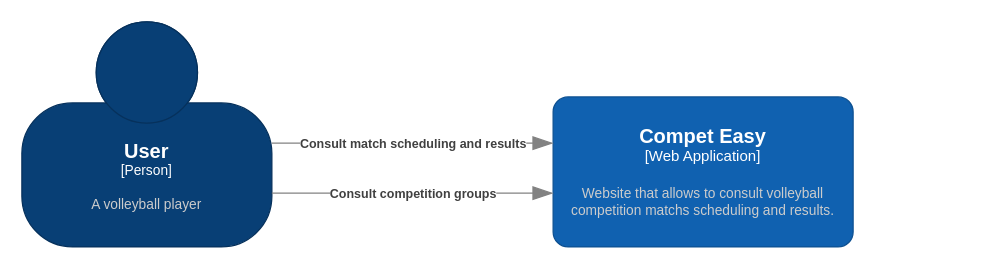
This is page "Context" (1 of 3) of C4.drawio from Mthdqe/Competeasy, a draw.io file, before an edit. Source tidied: cells renumbered, new cells numbered last; positions are measured from the earlier drawing's top-left corner, leaving out a move shared by most shapes. Both pictures are drawn from the tidied source at 125%, with x=0, y=0 at pixel (21, 21).
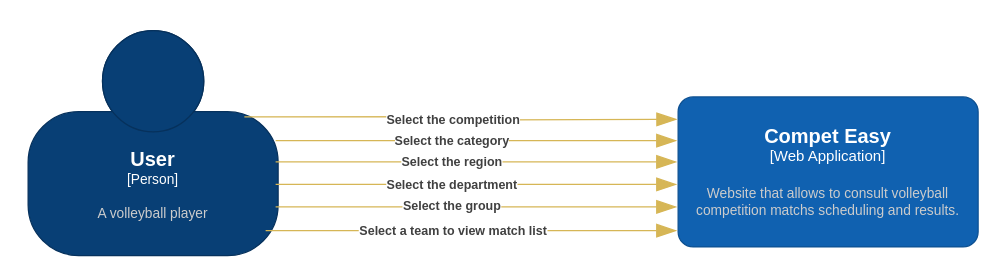
The same diagram, later.

Change to the diagram source:
```diff
@@
     <object id="2" label="&lt;font style=&quot;font-size: 16px&quot;&gt;&lt;b&gt;%c4Name%&lt;/b&gt;&lt;/font&gt;&lt;div&gt;[%c4Type%]&lt;/div&gt;&lt;br&gt;&lt;div&gt;&lt;font style=&quot;font-size: 11px&quot;&gt;&lt;font color=&quot;#cccccc&quot;&gt;%c4Description%&lt;/font&gt;&lt;/div&gt;" c4Description="A volleyball player" c4Name="User" c4Type="Person" placeholders="1">
       <mxCell style="html=1;fontSize=11;dashed=0;whiteSpace=wrap;fillColor=#083F75;strokeColor=#06315C;fontColor=#ffffff;shape=mxgraph.c4.person2;align=center;points=[[0.5,0,0],[1,0.5,0],[1,0.75,0],[0.75,1,0],[0.5,1,0],[0.25,1,0],[0,0.75,0],[0,0.5,0]];" parent="1" vertex="1">
-        <mxGeometry width="200" height="180" as="geometry" />
+        <mxGeometry x="5" y="7" width="200" height="180" as="geometry" />
       </mxCell>
     </object>
     <object id="3" label="&lt;font style=&quot;font-size: 16px&quot;&gt;&lt;b&gt;%c4Name%&lt;/b&gt;&lt;/font&gt;&lt;div&gt;[%c4Type%]&lt;/div&gt;&lt;br&gt;&lt;div&gt;&lt;font style=&quot;font-size: 11px&quot;&gt;&lt;font color=&quot;#cccccc&quot;&gt;%c4Description%&lt;/font&gt;&lt;/div&gt;" c4Description="Website that allows to consult volleyball competition matchs scheduling and results." c4Name="Compet Easy" c4Type="Web Application" placeholders="1">
       <mxCell style="rounded=1;whiteSpace=wrap;html=1;labelBackgroundColor=none;fillColor=#1061B0;fontColor=#ffffff;align=center;arcSize=10;strokeColor=#0D5091;" parent="1" vertex="1">
-        <mxGeometry x="425" y="60" width="240" height="120" as="geometry" />
+        <mxGeometry x="525" y="60" width="240" height="120" as="geometry" />
       </mxCell>
     </object>
-    <object id="4" label="&lt;div style=&quot;text-align: left&quot;&gt;&lt;div style=&quot;text-align: center&quot;&gt;&lt;b&gt;%c4Description%&lt;/b&gt;&lt;/div&gt;" c4Description="Consult competition groups" placeholders="1">
-      <mxCell style="endArrow=blockThin;html=1;fontSize=10;fontColor=#404040;strokeWidth=1;endFill=1;strokeColor=#828282;elbow=vertical;endSize=14;startSize=14;jumpStyle=arc;jumpSize=16;rounded=0;edgeStyle=orthogonalEdgeStyle;" parent="1" edge="1">
-        <mxGeometry relative="1" as="geometry">
-          <mxPoint x="200" y="137" as="sourcePoint" />
-          <mxPoint x="425" y="137" as="targetPoint" />
-        </mxGeometry>
-      </mxCell>
-    </object>
-    <object id="5" label="&lt;div style=&quot;text-align: left&quot;&gt;&lt;div style=&quot;text-align: center&quot;&gt;&lt;b&gt;%c4Description%&lt;/b&gt;&lt;/div&gt;" c4Description="Consult match scheduling and results" placeholders="1">
-      <mxCell style="endArrow=blockThin;html=1;fontSize=10;fontColor=#404040;strokeWidth=1;endFill=1;strokeColor=#828282;elbow=vertical;endSize=14;startSize=14;jumpStyle=arc;jumpSize=16;rounded=0;edgeStyle=orthogonalEdgeStyle;" parent="1" edge="1">
-        <mxGeometry relative="1" as="geometry">
-          <mxPoint x="200" y="97" as="sourcePoint" />
-          <mxPoint x="425" y="97" as="targetPoint" />
+    <object id="5" label="&lt;div style=&quot;text-align: left&quot;&gt;&lt;div style=&quot;text-align: center&quot;&gt;&lt;b&gt;%c4Description%&lt;/b&gt;&lt;/div&gt;" c4Description="Select the competition" placeholders="1">
+      <mxCell style="endArrow=blockThin;html=1;fontSize=10;fontColor=#404040;strokeWidth=1;endFill=1;strokeColor=#d6b656;elbow=vertical;endSize=14;startSize=14;jumpStyle=arc;jumpSize=16;rounded=0;edgeStyle=orthogonalEdgeStyle;entryX=-0.008;entryY=0.317;entryDx=0;entryDy=0;entryPerimeter=0;exitX=0.865;exitY=0.383;exitDx=0;exitDy=0;exitPerimeter=0;fillColor=#fff2cc;" parent="1" edge="1" source="2">
+        <mxGeometry x="-0.04" y="-2" relative="1" as="geometry">
+          <mxPoint x="524.1" y="78" as="targetPoint" />
         </mxGeometry>
       </mxCell>
     </object>
+    <object id="6" label="&lt;div style=&quot;text-align: left&quot;&gt;&lt;div style=&quot;text-align: center&quot;&gt;&lt;b&gt;%c4Description%&lt;/b&gt;&lt;/div&gt;" c4Description="Select the region" placeholders="1">
+      <mxCell style="endArrow=blockThin;html=1;fontSize=10;fontColor=#404040;strokeWidth=1;endFill=1;strokeColor=#d6b656;elbow=vertical;endSize=14;startSize=14;jumpStyle=arc;jumpSize=16;rounded=0;edgeStyle=orthogonalEdgeStyle;entryX=-0.017;entryY=0.642;entryDx=0;entryDy=0;entryPerimeter=0;fillColor=#fff2cc;" parent="1" edge="1">
+        <mxGeometry x="-0.12" relative="1" as="geometry">
+          <mxPoint x="203" y="112" as="sourcePoint" />
+          <mxPoint x="524" y="112" as="targetPoint" />
+        </mxGeometry>
+      </mxCell>
+    </object>
+    <object id="7" label="&lt;div style=&quot;text-align: left&quot;&gt;&lt;div style=&quot;text-align: center&quot;&gt;&lt;b&gt;%c4Description%&lt;/b&gt;&lt;/div&gt;" c4Description="Select the department" placeholders="1">
+      <mxCell style="endArrow=blockThin;html=1;fontSize=10;fontColor=#404040;strokeWidth=1;endFill=1;strokeColor=#d6b656;elbow=vertical;endSize=14;startSize=14;jumpStyle=arc;jumpSize=16;rounded=0;edgeStyle=orthogonalEdgeStyle;entryX=-0.017;entryY=0.642;entryDx=0;entryDy=0;entryPerimeter=0;fillColor=#fff2cc;" parent="1" edge="1">
+        <mxGeometry x="-0.12" relative="1" as="geometry">
+          <mxPoint x="203" y="130" as="sourcePoint" />
+          <mxPoint x="524" y="130" as="targetPoint" />
+        </mxGeometry>
+      </mxCell>
+    </object>
+    <object id="8" label="&lt;div style=&quot;text-align: left&quot;&gt;&lt;div style=&quot;text-align: center&quot;&gt;&lt;b&gt;%c4Description%&lt;/b&gt;&lt;/div&gt;" c4Description="Select the group" placeholders="1">
+      <mxCell style="endArrow=blockThin;html=1;fontSize=10;fontColor=#404040;strokeWidth=1;endFill=1;strokeColor=#d6b656;elbow=vertical;endSize=14;startSize=14;jumpStyle=arc;jumpSize=16;rounded=0;edgeStyle=orthogonalEdgeStyle;entryX=-0.017;entryY=0.642;entryDx=0;entryDy=0;entryPerimeter=0;fillColor=#fff2cc;" parent="1" edge="1">
+        <mxGeometry x="-0.12" y="1" relative="1" as="geometry">
+          <mxPoint x="203" y="148" as="sourcePoint" />
+          <mxPoint x="524" y="148" as="targetPoint" />
+        </mxGeometry>
+      </mxCell>
+    </object>
+    <object id="9" label="&lt;div style=&quot;text-align: left&quot;&gt;&lt;div style=&quot;text-align: center&quot;&gt;&lt;b&gt;%c4Description%&lt;/b&gt;&lt;/div&gt;" c4Description="Select a team to view match list" placeholders="1">
+      <mxCell style="endArrow=blockThin;html=1;fontSize=10;fontColor=#404040;strokeWidth=1;endFill=1;strokeColor=#d6b656;elbow=vertical;endSize=14;startSize=14;jumpStyle=arc;jumpSize=16;rounded=0;edgeStyle=orthogonalEdgeStyle;entryX=-0.017;entryY=0.642;entryDx=0;entryDy=0;entryPerimeter=0;fillColor=#fff2cc;" parent="1" edge="1">
+        <mxGeometry x="-0.09" relative="1" as="geometry">
+          <mxPoint x="195" y="167" as="sourcePoint" />
+          <mxPoint x="524" y="167" as="targetPoint" />
+        </mxGeometry>
+      </mxCell>
+    </object>
+    <object id="10" label="&lt;div style=&quot;text-align: left&quot;&gt;&lt;div style=&quot;text-align: center&quot;&gt;&lt;b&gt;%c4Description%&lt;/b&gt;&lt;/div&gt;" c4Description="Select the category" placeholders="1">
+      <mxCell style="endArrow=blockThin;html=1;fontSize=10;fontColor=#404040;strokeWidth=1;endFill=1;strokeColor=#d6b656;elbow=vertical;endSize=14;startSize=14;jumpStyle=arc;jumpSize=16;rounded=0;edgeStyle=orthogonalEdgeStyle;entryX=-0.017;entryY=0.642;entryDx=0;entryDy=0;entryPerimeter=0;fillColor=#fff2cc;" parent="1" edge="1">
+        <mxGeometry x="-0.12" relative="1" as="geometry">
+          <mxPoint x="203" y="95" as="sourcePoint" />
+          <mxPoint x="524" y="95" as="targetPoint" />
+        </mxGeometry>
+      </mxCell>
+    </object>
```
